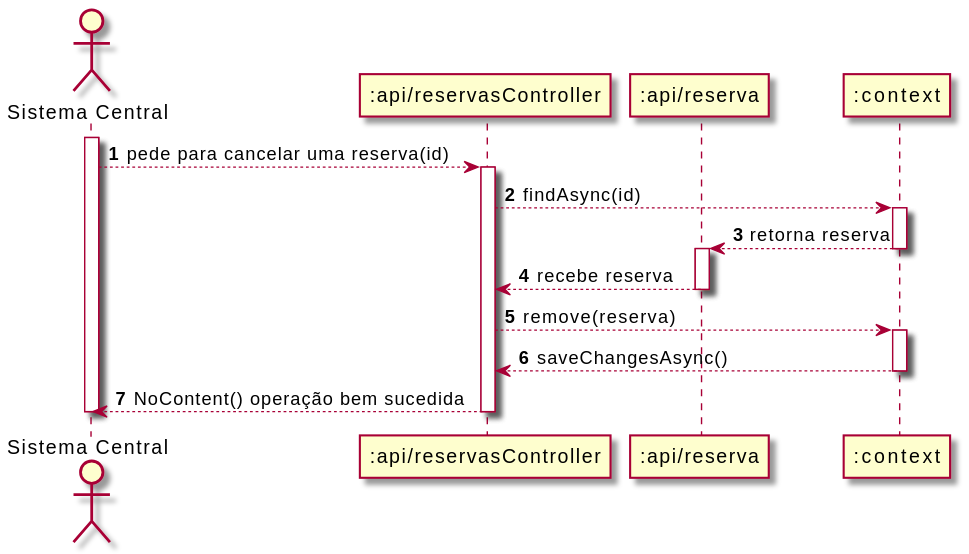
Earlier version of the PlantUML export Documentos/Sprint2/UC3/SD-UC3.svg (UPskillDOTNET/Jakim-das-Coives-S.A.).
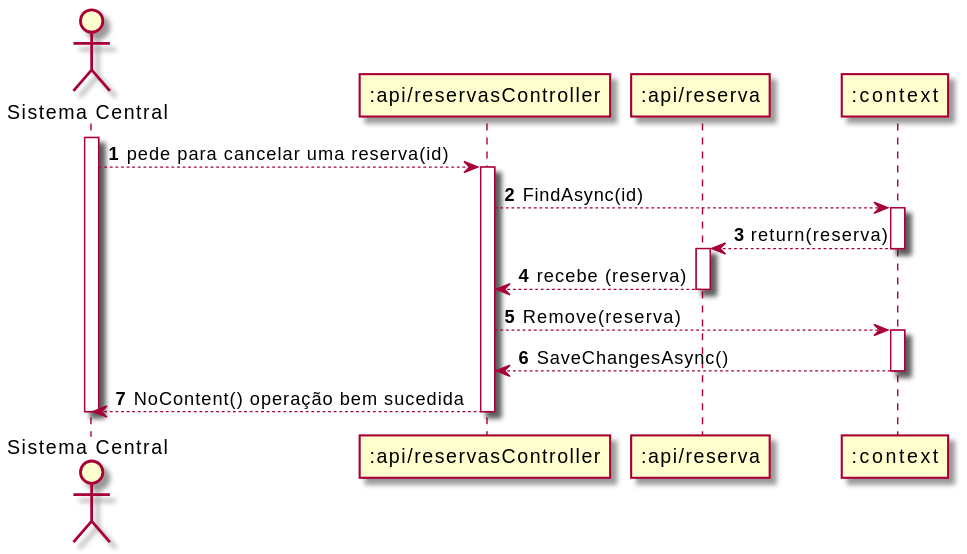
Later version of the same file.

The edit, as a diff of the source:
```diff
@@ -9,22 +9,22 @@
 SC --> RC : pede para cancelar uma reserva(id)
 activate RC
 
-RC --> C : findAsync(id)
+RC --> C : FindAsync(id)
 activate C
 
 
-C --> R : retorna reserva
+C --> R : return(reserva)
 deactivate C
 activate R
 
 
-R --> RC : recebe reserva
+R --> RC : recebe (reserva)
 deactivate R
 
-RC --> C : remove(reserva)
+RC --> C : Remove(reserva)
 activate C
 
-C --> RC : saveChangesAsync()
+C --> RC : SaveChangesAsync()
 deactivate C
 
 RC --> SC: NoContent() operação bem sucedida
```
